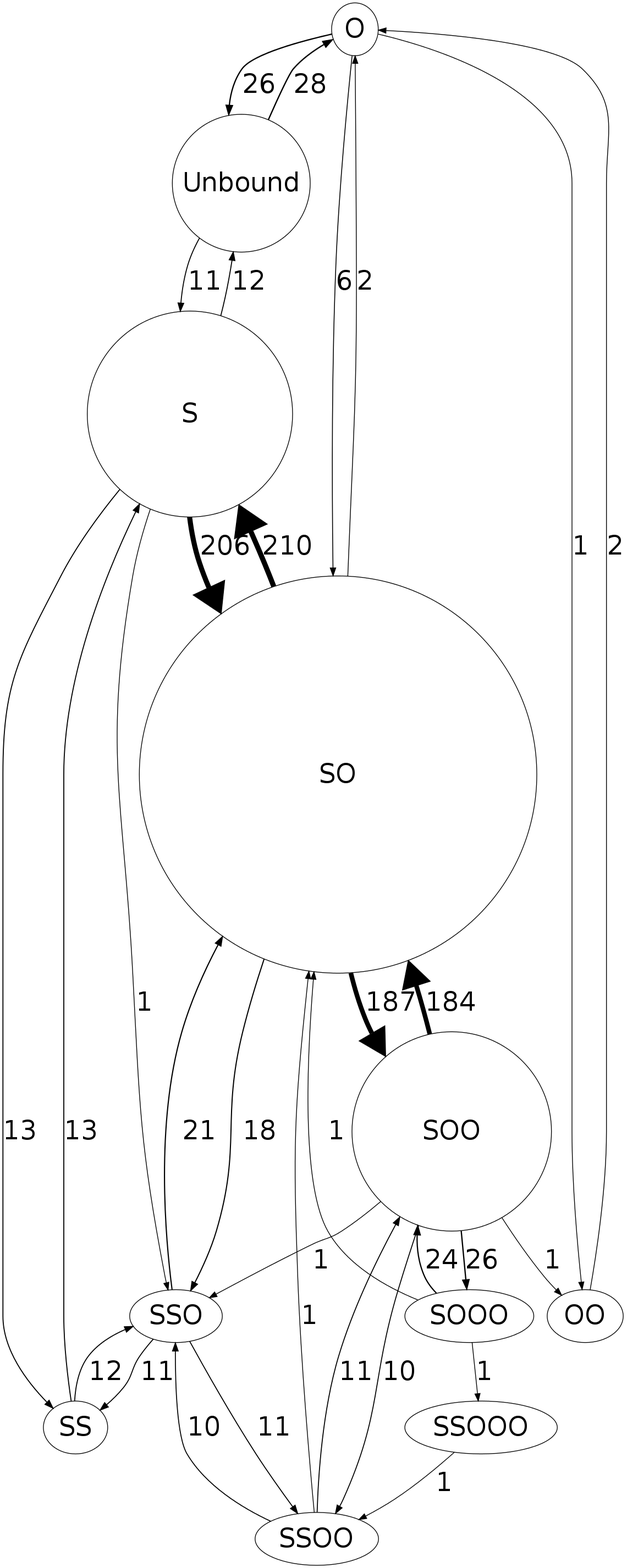
eshamay/so2temperature keeps this Graphviz diagram as images/coordinations/coordination-changes-cold.png. Above is the earlier version. Its source is kept beside it as images/coordinations/coordination-changes-cold.dot. Its diagram source:
```dot
digraph NAME {
	O -> Unbound [ label = 26, arrowsize = 1.37142857143, penwidth = 1.74285714286 ];
	SS -> SSO [ label = 12, arrowsize = 1.17142857143, penwidth = 1.34285714286 ];
	SS -> S [ label = 13, arrowsize = 1.18571428571, penwidth = 1.37142857143 ];
	SO -> SOO [ label = 187, arrowsize = 3.67142857143, penwidth = 6.34285714286 ];
	SOO -> OO [ label = 1, arrowsize = 1.01428571429, penwidth = 1.02857142857 ];
	SOO -> SSOO [ label = 10, arrowsize = 1.14285714286, penwidth = 1.28571428571 ];
	SSO -> SSOO [ label = 11, arrowsize = 1.15714285714, penwidth = 1.31428571429 ];
	S -> Unbound [ label = 12, arrowsize = 1.17142857143, penwidth = 1.34285714286 ];
	OO -> O [ label = 2, arrowsize = 1.02857142857, penwidth = 1.05714285714 ];
	SSOO -> SOO [ label = 11, arrowsize = 1.15714285714, penwidth = 1.31428571429 ];
	SSO -> SS [ label = 11, arrowsize = 1.15714285714, penwidth = 1.31428571429 ];
	SSO -> SO [ label = 21, arrowsize = 1.3, penwidth = 1.6 ];
	SOO -> SSO [ label = 1, arrowsize = 1.01428571429, penwidth = 1.02857142857 ];
	SOO -> SOOO [ label = 26, arrowsize = 1.37142857143, penwidth = 1.74285714286 ];
	SSOO -> SSO [ label = 10, arrowsize = 1.14285714286, penwidth = 1.28571428571 ];
	S -> SO [ label = 206, arrowsize = 3.94285714286, penwidth = 6.88571428571 ];
	SOO -> SO [ label = 184, arrowsize = 3.62857142857, penwidth = 6.25714285714 ];
	S -> SSO [ label = 1, arrowsize = 1.01428571429, penwidth = 1.02857142857 ];
	SOOO -> SSOOO [ label = 1, arrowsize = 1.01428571429, penwidth = 1.02857142857 ];
	S -> SS [ label = 13, arrowsize = 1.18571428571, penwidth = 1.37142857143 ];
	SOOO -> SO [ label = 1, arrowsize = 1.01428571429, penwidth = 1.02857142857 ];
	SSOO -> SO [ label = 1, arrowsize = 1.01428571429, penwidth = 1.02857142857 ];
	O -> OO [ label = 1, arrowsize = 1.01428571429, penwidth = 1.02857142857 ];
	SO -> O [ label = 2, arrowsize = 1.02857142857, penwidth = 1.05714285714 ];
	SOOO -> SOO [ label = 24, arrowsize = 1.34285714286, penwidth = 1.68571428571 ];
	Unbound -> O [ label = 28, arrowsize = 1.4, penwidth = 1.8 ];
	O -> SO [ label = 6, arrowsize = 1.08571428571, penwidth = 1.17142857143 ];
	SO -> SSO [ label = 18, arrowsize = 1.25714285714, penwidth = 1.51428571429 ];
	Unbound -> S [ label = 11, arrowsize = 1.15714285714, penwidth = 1.31428571429 ];
	SSOOO -> SSOO [ label = 1, arrowsize = 1.01428571429, penwidth = 1.02857142857 ];
	SO -> S [ label = 210, arrowsize = 4.0, penwidth = 7.0 ];
	OO [ width = 0.015832, height = 0.015832];
	Unbound [ width = 2.614359, height = 2.614359];
	SS [ width = 0.256125, height = 0.256125];
	SSO [ width = 0.506238, height = 0.506238];
	O [ width = 0.878401, height = 0.878401];
	S [ width = 3.904003, height = 3.904003];
	SO [ width = 7.532241, height = 7.532241];
	SOO [ width = 3.771932, height = 3.771932];
	SSOO [ width = 0.258129, height = 0.258129];
} [ fontsize = 36 ];
```
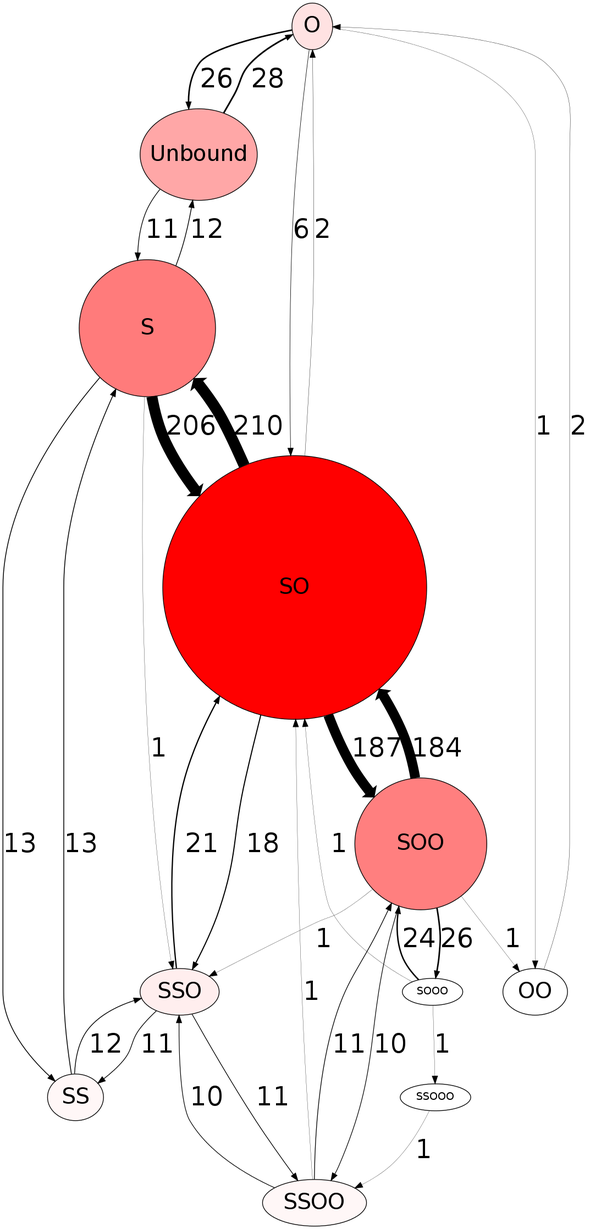
Later version of the same file.

Commit message:
new images for the coordination transitions

The edit, as a diff of the source:
```diff
@@ -1,42 +1,42 @@
 digraph NAME {
-	O -> Unbound [ label = 26, arrowsize = 1.37142857143, penwidth = 1.74285714286 ];
-	SS -> SSO [ label = 12, arrowsize = 1.17142857143, penwidth = 1.34285714286 ];
-	SS -> S [ label = 13, arrowsize = 1.18571428571, penwidth = 1.37142857143 ];
-	SO -> SOO [ label = 187, arrowsize = 3.67142857143, penwidth = 6.34285714286 ];
-	SOO -> OO [ label = 1, arrowsize = 1.01428571429, penwidth = 1.02857142857 ];
-	SOO -> SSOO [ label = 10, arrowsize = 1.14285714286, penwidth = 1.28571428571 ];
-	SSO -> SSOO [ label = 11, arrowsize = 1.15714285714, penwidth = 1.31428571429 ];
-	S -> Unbound [ label = 12, arrowsize = 1.17142857143, penwidth = 1.34285714286 ];
-	OO -> O [ label = 2, arrowsize = 1.02857142857, penwidth = 1.05714285714 ];
-	SSOO -> SOO [ label = 11, arrowsize = 1.15714285714, penwidth = 1.31428571429 ];
-	SSO -> SS [ label = 11, arrowsize = 1.15714285714, penwidth = 1.31428571429 ];
-	SSO -> SO [ label = 21, arrowsize = 1.3, penwidth = 1.6 ];
-	SOO -> SSO [ label = 1, arrowsize = 1.01428571429, penwidth = 1.02857142857 ];
-	SOO -> SOOO [ label = 26, arrowsize = 1.37142857143, penwidth = 1.74285714286 ];
-	SSOO -> SSO [ label = 10, arrowsize = 1.14285714286, penwidth = 1.28571428571 ];
-	S -> SO [ label = 206, arrowsize = 3.94285714286, penwidth = 6.88571428571 ];
-	SOO -> SO [ label = 184, arrowsize = 3.62857142857, penwidth = 6.25714285714 ];
-	S -> SSO [ label = 1, arrowsize = 1.01428571429, penwidth = 1.02857142857 ];
-	SOOO -> SSOOO [ label = 1, arrowsize = 1.01428571429, penwidth = 1.02857142857 ];
-	S -> SS [ label = 13, arrowsize = 1.18571428571, penwidth = 1.37142857143 ];
-	SOOO -> SO [ label = 1, arrowsize = 1.01428571429, penwidth = 1.02857142857 ];
-	SSOO -> SO [ label = 1, arrowsize = 1.01428571429, penwidth = 1.02857142857 ];
-	O -> OO [ label = 1, arrowsize = 1.01428571429, penwidth = 1.02857142857 ];
-	SO -> O [ label = 2, arrowsize = 1.02857142857, penwidth = 1.05714285714 ];
-	SOOO -> SOO [ label = 24, arrowsize = 1.34285714286, penwidth = 1.68571428571 ];
-	Unbound -> O [ label = 28, arrowsize = 1.4, penwidth = 1.8 ];
-	O -> SO [ label = 6, arrowsize = 1.08571428571, penwidth = 1.17142857143 ];
-	SO -> SSO [ label = 18, arrowsize = 1.25714285714, penwidth = 1.51428571429 ];
-	Unbound -> S [ label = 11, arrowsize = 1.15714285714, penwidth = 1.31428571429 ];
-	SSOOO -> SSOO [ label = 1, arrowsize = 1.01428571429, penwidth = 1.02857142857 ];
-	SO -> S [ label = 210, arrowsize = 4.0, penwidth = 7.0 ];
-	OO [ width = 0.015832, height = 0.015832];
-	Unbound [ width = 2.614359, height = 2.614359];
-	SS [ width = 0.256125, height = 0.256125];
-	SSO [ width = 0.506238, height = 0.506238];
-	O [ width = 0.878401, height = 0.878401];
-	S [ width = 3.904003, height = 3.904003];
-	SO [ width = 7.532241, height = 7.532241];
-	SOO [ width = 3.771932, height = 3.771932];
-	SSOO [ width = 0.258129, height = 0.258129];
-} [ fontsize = 36 ];
+	O -> Unbound [ label=26, penwidth=2.057143, fontsize=36 ];
+	SS -> SSO [ label=12, penwidth=1.057143, fontsize=36 ];
+	SS -> S [ label=13, penwidth=1.128571, fontsize=36 ];
+	SO -> SOO [ label=187, penwidth=13.557143, fontsize=36 ];
+	SOO -> OO [ label=1, penwidth=0.271429, fontsize=36 ];
+	SOO -> SSOO [ label=10, penwidth=0.914286, fontsize=36 ];
+	SSO -> SSOO [ label=11, penwidth=0.985714, fontsize=36 ];
+	S -> Unbound [ label=12, penwidth=1.057143, fontsize=36 ];
+	OO -> O [ label=2, penwidth=0.342857, fontsize=36 ];
+	SSOO -> SOO [ label=11, penwidth=0.985714, fontsize=36 ];
+	SSO -> SS [ label=11, penwidth=0.985714, fontsize=36 ];
+	SSO -> SO [ label=21, penwidth=1.700000, fontsize=36 ];
+	SOO -> SSO [ label=1, penwidth=0.271429, fontsize=36 ];
+	SOO -> SOOO [ label=26, penwidth=2.057143, fontsize=36 ];
+	SSOO -> SSO [ label=10, penwidth=0.914286, fontsize=36 ];
+	S -> SO [ label=206, penwidth=14.914286, fontsize=36 ];
+	SOO -> SO [ label=184, penwidth=13.342857, fontsize=36 ];
+	S -> SSO [ label=1, penwidth=0.271429, fontsize=36 ];
+	SOOO -> SSOOO [ label=1, penwidth=0.271429, fontsize=36 ];
+	S -> SS [ label=13, penwidth=1.128571, fontsize=36 ];
+	SOOO -> SO [ label=1, penwidth=0.271429, fontsize=36 ];
+	SSOO -> SO [ label=1, penwidth=0.271429, fontsize=36 ];
+	O -> OO [ label=1, penwidth=0.271429, fontsize=36 ];
+	SO -> O [ label=2, penwidth=0.342857, fontsize=36 ];
+	SOOO -> SOO [ label=24, penwidth=1.914286, fontsize=36 ];
+	Unbound -> O [ label=28, penwidth=2.200000, fontsize=36 ];
+	O -> SO [ label=6, penwidth=0.628571, fontsize=36 ];
+	SO -> SSO [ label=18, penwidth=1.485714, fontsize=36 ];
+	Unbound -> S [ label=11, penwidth=0.985714, fontsize=36 ];
+	SSOOO -> SSOO [ label=1, penwidth=0.271429, fontsize=36 ];
+	SO -> S [ label=210, penwidth=15.200000, fontsize=36 ];
+	OO [ width = 0.010510, height = 0.010510, fontsize=30, style=filled, fillcolor = "0.0,0.002102,1.0" ];
+	Unbound [ width = 1.735446, height = 1.735446, fontsize=30, style=filled, fillcolor = "0.0,0.347089,1.0" ];
+	SS [ width = 0.170019, height = 0.170019, fontsize=30, style=filled, fillcolor = "0.0,0.034004,1.0" ];
+	SSO [ width = 0.336047, height = 0.336047, fontsize=30, style=filled, fillcolor = "0.0,0.067209,1.0" ];
+	O [ width = 0.583094, height = 0.583094, fontsize=30, style=filled, fillcolor = "0.0,0.116619,1.0" ];
+	S [ width = 2.591528, height = 2.591528, fontsize=30, style=filled, fillcolor = "0.0,0.518306,1.0" ];
+	SO [ width = 5.000000, height = 5.000000, fontsize=30, style=filled, fillcolor = "0.0,1.000000,1.0" ];
+	SOO [ width = 2.503858, height = 2.503858, fontsize=30, style=filled, fillcolor = "0.0,0.500772,1.0" ];
+	SSOO [ width = 0.171350, height = 0.171350, fontsize=30, style=filled, fillcolor = "0.0,0.034270,1.0" ];
+ };
```
